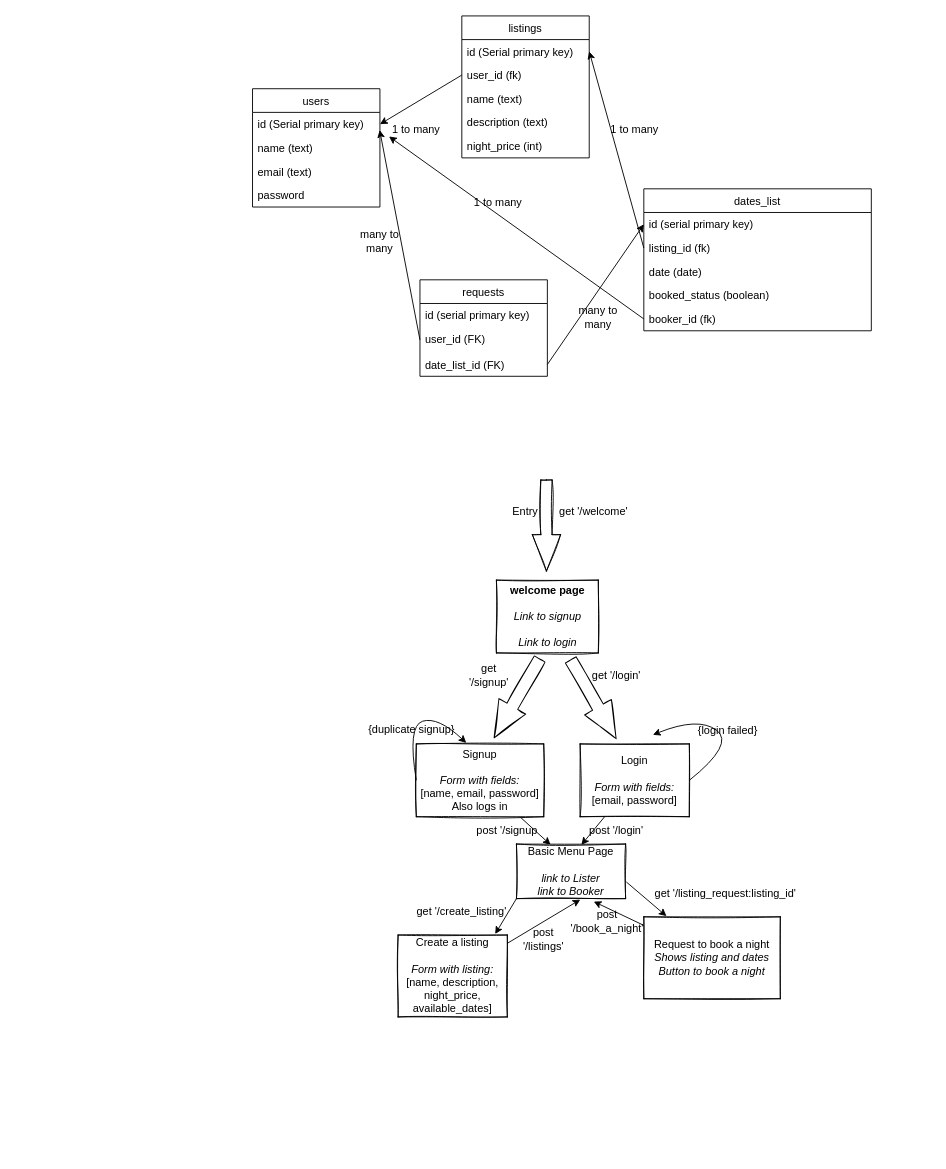
Above: Design.drawio in HOOLAHAN/arkle-bnb (draw.io), before the change. Source tidied: cells renumbered, new cells numbered last; positions are measured from the earlier drawing's top-left corner, leaving out a move shared by most shapes. Both pictures are drawn from the tidied source at 91%, with x=0, y=0 at pixel (252, 15).
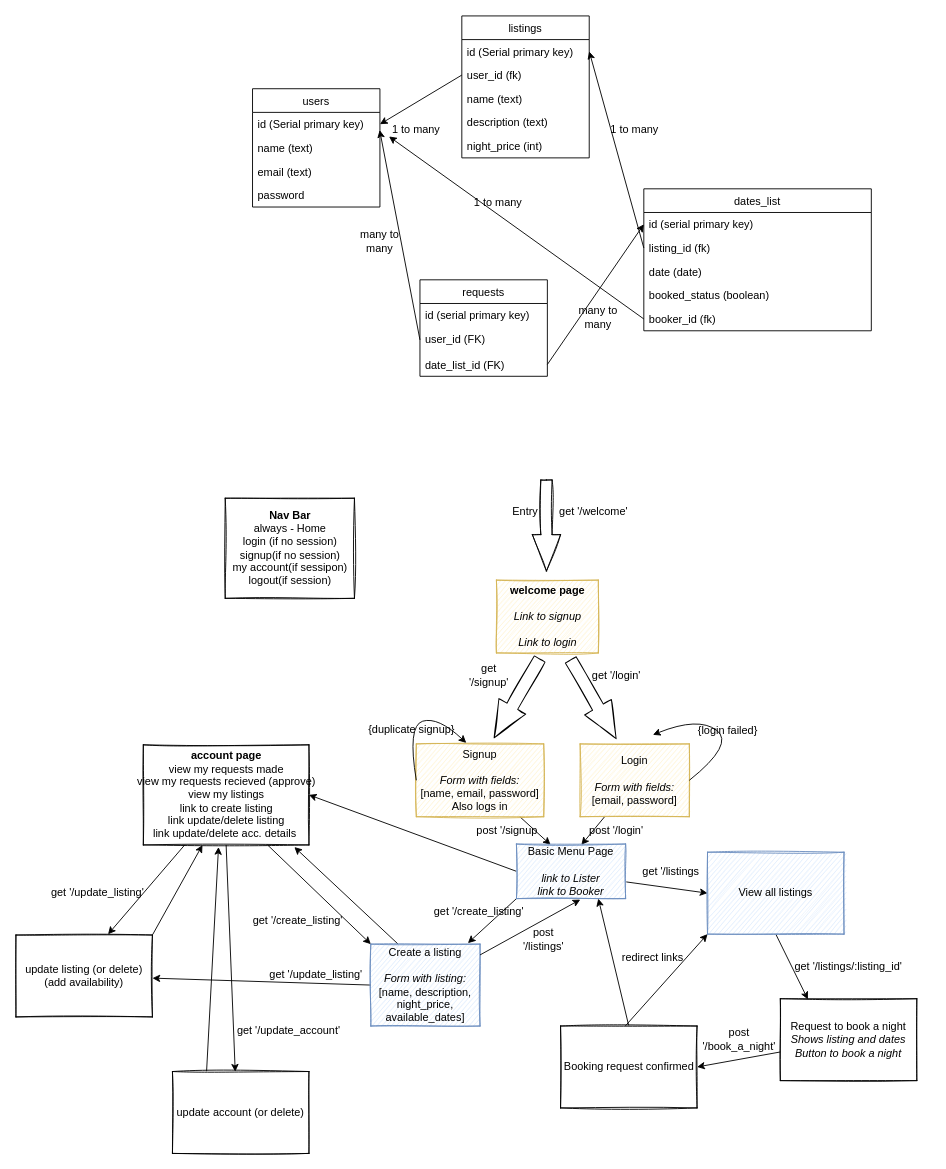
The same diagram, later.

The edit, as a diff of the source:
```diff
@@
-    <mxCell id="33" value="&lt;b&gt;welcome page&lt;/b&gt;&lt;br&gt;&lt;br&gt;&lt;i&gt;Link to signup&lt;br&gt;&lt;/i&gt;&lt;br&gt;&lt;i&gt;Link to login&lt;/i&gt;" style="html=1;sketch=1;" parent="1" vertex="1">
+    <mxCell id="33" value="&lt;b&gt;welcome page&lt;/b&gt;&lt;br&gt;&lt;br&gt;&lt;i&gt;Link to signup&lt;br&gt;&lt;/i&gt;&lt;br&gt;&lt;i&gt;Link to login&lt;/i&gt;" style="html=1;sketch=1;fillColor=#fff2cc;strokeColor=#d6b656;" parent="1" vertex="1">
       <mxGeometry x="268" y="620" width="112" height="80" as="geometry" />
     </mxCell>
@@
-    <mxCell id="42" value="Login&lt;br&gt;&lt;br&gt;&lt;i&gt;Form with fields:&lt;br&gt;&lt;/i&gt;[email, password]" style="rounded=0;whiteSpace=wrap;html=1;sketch=1;" parent="1" vertex="1">
+    <mxCell id="42" value="Login&lt;br&gt;&lt;br&gt;&lt;i&gt;Form with fields:&lt;br&gt;&lt;/i&gt;[email, password]" style="rounded=0;whiteSpace=wrap;html=1;sketch=1;fillColor=#fff2cc;strokeColor=#d6b656;" parent="1" vertex="1">
       <mxGeometry x="360" y="800" width="120" height="80" as="geometry" />
     </mxCell>
@@
-    <mxCell id="44" value="Signup&lt;br&gt;&lt;br&gt;&lt;i&gt;Form with fields:&lt;br&gt;&lt;/i&gt;[name, email, password]&lt;br&gt;Also logs in" style="rounded=0;whiteSpace=wrap;html=1;sketch=1;" parent="1" vertex="1">
+    <mxCell id="44" value="Signup&lt;br&gt;&lt;br&gt;&lt;i&gt;Form with fields:&lt;br&gt;&lt;/i&gt;[name, email, password]&lt;br&gt;Also logs in" style="rounded=0;whiteSpace=wrap;html=1;sketch=1;fillColor=#fff2cc;strokeColor=#d6b656;" parent="1" vertex="1">
       <mxGeometry x="180" y="800" width="140" height="80" as="geometry" />
     </mxCell>
@@
-    <mxCell id="49" style="edgeStyle=none;html=1;entryX=0.166;entryY=-0.008;entryDx=0;entryDy=0;entryPerimeter=0;exitX=1.006;exitY=0.694;exitDx=0;exitDy=0;exitPerimeter=0;" parent="1" edge="1" source="51" target="56">
+    <mxCell id="49" style="edgeStyle=none;html=1;entryX=0;entryY=0.5;entryDx=0;entryDy=0;exitX=1.006;exitY=0.694;exitDx=0;exitDy=0;exitPerimeter=0;" parent="1" edge="1" source="51" target="66">
       <mxGeometry relative="1" as="geometry" />
     </mxCell>
@@
+    <mxCell id="62" style="edgeStyle=none;html=1;exitX=0;exitY=0.5;exitDx=0;exitDy=0;entryX=1;entryY=0.5;entryDx=0;entryDy=0;" parent="1" edge="1" source="51" target="75">
+      <mxGeometry relative="1" as="geometry" />
+    </mxCell>
-    <mxCell id="51" value="Basic Menu Page&lt;br&gt;&lt;br&gt;&lt;i&gt;link to Lister&lt;br&gt;link to Booker&lt;/i&gt;" style="rounded=0;whiteSpace=wrap;html=1;sketch=1;" parent="1" vertex="1">
+    <mxCell id="51" value="Basic Menu Page&lt;br&gt;&lt;br&gt;&lt;i&gt;link to Lister&lt;br&gt;link to Booker&lt;/i&gt;" style="rounded=0;whiteSpace=wrap;html=1;sketch=1;fillColor=#dae8fc;strokeColor=#6c8ebf;" parent="1" vertex="1">
       <mxGeometry x="290" y="910" width="120" height="60" as="geometry" />
     </mxCell>
@@
+    <mxCell id="63" style="edgeStyle=none;html=1;exitX=0;exitY=0.5;exitDx=0;exitDy=0;" parent="1" edge="1" source="54" target="78">
+      <mxGeometry relative="1" as="geometry" />
+    </mxCell>
+    <mxCell id="64" style="edgeStyle=none;html=1;exitX=0.25;exitY=0;exitDx=0;exitDy=0;entryX=0.912;entryY=1.021;entryDx=0;entryDy=0;entryPerimeter=0;" parent="1" edge="1" source="54" target="75">
+      <mxGeometry relative="1" as="geometry" />
+    </mxCell>
-    <mxCell id="54" value="Create a listing&lt;br&gt;&lt;br&gt;&lt;i&gt;Form with listing:&lt;br&gt;&lt;/i&gt;[name, description, night_price, available_dates]" style="rounded=0;whiteSpace=wrap;html=1;sketch=1;" parent="1" vertex="1">
-      <mxGeometry x="160" y="1010" width="120" height="90" as="geometry" />
+    <mxCell id="54" value="Create a listing&lt;br&gt;&lt;br&gt;&lt;i&gt;Form with listing:&lt;br&gt;&lt;/i&gt;[name, description, night_price, available_dates]" style="rounded=0;whiteSpace=wrap;html=1;sketch=1;fillColor=#dae8fc;strokeColor=#6c8ebf;" parent="1" vertex="1">
+      <mxGeometry x="130" y="1020" width="120" height="90" as="geometry" />
     </mxCell>
-    <mxCell id="55" style="edgeStyle=none;html=1;entryX=0.708;entryY=1.054;entryDx=0;entryDy=0;entryPerimeter=0;" parent="1" edge="1" source="56" target="51">
+    <mxCell id="55" style="edgeStyle=none;html=1;entryX=1;entryY=0.5;entryDx=0;entryDy=0;" parent="1" edge="1" source="56" target="69">
       <mxGeometry relative="1" as="geometry" />
     </mxCell>
     <mxCell id="56" value="Request to book a night&lt;br&gt;&lt;i&gt;Shows listing and dates&lt;/i&gt;&lt;br&gt;&lt;i&gt;Button to book a night&lt;/i&gt;" style="rounded=0;whiteSpace=wrap;html=1;sketch=1;" parent="1" vertex="1">
-      <mxGeometry x="430" y="990" width="150" height="90" as="geometry" />
+      <mxGeometry x="580" y="1080" width="150" height="90" as="geometry" />
     </mxCell>
-    <mxCell id="57" value="get '/listing_request:listing_id'" style="text;html=1;strokeColor=none;fillColor=none;align=center;verticalAlign=middle;whiteSpace=wrap;rounded=0;sketch=1;" parent="1" vertex="1">
-      <mxGeometry x="429.6" y="950" width="180" height="30" as="geometry" />
+    <mxCell id="57" value="get '/listings/:listing_id'" style="text;html=1;strokeColor=none;fillColor=none;align=center;verticalAlign=middle;whiteSpace=wrap;rounded=0;sketch=1;" parent="1" vertex="1">
+      <mxGeometry x="565" y="1030" width="180" height="30" as="geometry" />
     </mxCell>
     <mxCell id="58" value="get '/create_listing'" style="text;html=1;strokeColor=none;fillColor=none;align=center;verticalAlign=middle;whiteSpace=wrap;rounded=0;sketch=1;" parent="1" vertex="1">
-      <mxGeometry x="139.6" y="970" width="180" height="30" as="geometry" />
+      <mxGeometry x="158.5" y="970" width="180" height="30" as="geometry" />
     </mxCell>
@@
     <mxCell id="61" value="post '/book_a_night'" style="text;html=1;strokeColor=none;fillColor=none;align=center;verticalAlign=middle;whiteSpace=wrap;rounded=0;sketch=1;" parent="1" vertex="1">
-      <mxGeometry x="360" y="980" width="60" height="30" as="geometry" />
+      <mxGeometry x="505" y="1110" width="60" height="30" as="geometry" />
     </mxCell>
+    <mxCell id="65" style="edgeStyle=none;html=1;exitX=0.5;exitY=1;exitDx=0;exitDy=0;entryX=0.202;entryY=0.008;entryDx=0;entryDy=0;entryPerimeter=0;" parent="1" edge="1" source="66" target="56">
+      <mxGeometry relative="1" as="geometry" />
+    </mxCell>
+    <mxCell id="66" value="View all listings" style="rounded=0;whiteSpace=wrap;html=1;sketch=1;fillColor=#dae8fc;strokeColor=#6c8ebf;" parent="1" vertex="1">
+      <mxGeometry x="500" y="919" width="150" height="90" as="geometry" />
+    </mxCell>
+    <mxCell id="67" value="get '/listings" style="text;html=1;strokeColor=none;fillColor=none;align=center;verticalAlign=middle;whiteSpace=wrap;rounded=0;sketch=1;" parent="1" vertex="1">
+      <mxGeometry x="370" y="925" width="180" height="30" as="geometry" />
+    </mxCell>
+    <mxCell id="68" style="edgeStyle=none;html=1;exitX=0.5;exitY=0;exitDx=0;exitDy=0;entryX=0.75;entryY=1;entryDx=0;entryDy=0;" parent="1" edge="1" source="69" target="51">
+      <mxGeometry relative="1" as="geometry" />
+    </mxCell>
+    <mxCell id="69" value="Booking request confirmed" style="rounded=0;whiteSpace=wrap;html=1;sketch=1;" parent="1" vertex="1">
+      <mxGeometry x="338.5" y="1110" width="150" height="90" as="geometry" />
+    </mxCell>
+    <mxCell id="70" value="redirect links" style="text;html=1;strokeColor=none;fillColor=none;align=center;verticalAlign=middle;whiteSpace=wrap;rounded=0;sketch=1;" parent="1" vertex="1">
+      <mxGeometry x="350" y="1020" width="180" height="30" as="geometry" />
+    </mxCell>
+    <mxCell id="71" style="edgeStyle=none;html=1;entryX=0;entryY=1;entryDx=0;entryDy=0;exitX=0.475;exitY=-0.002;exitDx=0;exitDy=0;exitPerimeter=0;" parent="1" edge="1" source="69" target="66">
+      <mxGeometry relative="1" as="geometry" />
+    </mxCell>
+    <mxCell id="72" style="edgeStyle=none;html=1;exitX=0.5;exitY=1;exitDx=0;exitDy=0;entryX=0.46;entryY=0.002;entryDx=0;entryDy=0;entryPerimeter=0;" parent="1" edge="1" source="75" target="80">
+      <mxGeometry relative="1" as="geometry" />
+    </mxCell>
+    <mxCell id="73" style="edgeStyle=none;html=1;exitX=0.25;exitY=1;exitDx=0;exitDy=0;entryX=0.675;entryY=-0.009;entryDx=0;entryDy=0;entryPerimeter=0;" parent="1" edge="1" source="75" target="78">
+      <mxGeometry relative="1" as="geometry" />
+    </mxCell>
+    <mxCell id="74" style="edgeStyle=none;html=1;exitX=0.75;exitY=1;exitDx=0;exitDy=0;entryX=0;entryY=0;entryDx=0;entryDy=0;" parent="1" edge="1" source="75" target="54">
+      <mxGeometry relative="1" as="geometry" />
+    </mxCell>
+    <mxCell id="75" value="&lt;b&gt;account page&lt;/b&gt;&lt;br&gt;view my requests made&lt;br&gt;view my requests recieved (approve)&lt;br&gt;view my listings&lt;br&gt;link to create listing&lt;br&gt;link update/delete listing&lt;br&gt;link update/delete acc. details&amp;nbsp;" style="html=1;sketch=1;" parent="1" vertex="1">
+      <mxGeometry x="-120" y="801" width="182" height="110" as="geometry" />
+    </mxCell>
+    <mxCell id="76" value="&lt;b&gt;Nav Bar&lt;br&gt;&lt;/b&gt;always - Home&lt;br&gt;login (if no session)&lt;br&gt;signup(if no session)&lt;br&gt;my account(if sessipon)&lt;br&gt;logout(if session)" style="html=1;sketch=1;" parent="1" vertex="1">
+      <mxGeometry x="-30" y="530" width="142" height="110" as="geometry" />
+    </mxCell>
+    <mxCell id="77" style="edgeStyle=none;html=1;exitX=1;exitY=0;exitDx=0;exitDy=0;entryX=0.357;entryY=1.001;entryDx=0;entryDy=0;entryPerimeter=0;" parent="1" edge="1" source="78" target="75">
+      <mxGeometry relative="1" as="geometry" />
+    </mxCell>
+    <mxCell id="78" value="update listing (or delete)&lt;br&gt;(add availability)" style="rounded=0;whiteSpace=wrap;html=1;sketch=1;" parent="1" vertex="1">
+      <mxGeometry x="-260" y="1010" width="150" height="90" as="geometry" />
+    </mxCell>
+    <mxCell id="79" style="edgeStyle=none;html=1;exitX=0.25;exitY=0;exitDx=0;exitDy=0;entryX=0.454;entryY=1.021;entryDx=0;entryDy=0;entryPerimeter=0;" parent="1" edge="1" source="80" target="75">
+      <mxGeometry relative="1" as="geometry" />
+    </mxCell>
+    <mxCell id="80" value="update account (or delete)" style="rounded=0;whiteSpace=wrap;html=1;sketch=1;" parent="1" vertex="1">
+      <mxGeometry x="-88" y="1160" width="150" height="90" as="geometry" />
+    </mxCell>
+    <mxCell id="81" value="get '/update_listing'" style="text;html=1;strokeColor=none;fillColor=none;align=center;verticalAlign=middle;whiteSpace=wrap;rounded=0;sketch=1;" parent="1" vertex="1">
+      <mxGeometry x="-20" y="1039" width="180" height="30" as="geometry" />
+    </mxCell>
+    <mxCell id="82" value="get '/update_listing'" style="text;html=1;strokeColor=none;fillColor=none;align=center;verticalAlign=middle;whiteSpace=wrap;rounded=0;sketch=1;" parent="1" vertex="1">
+      <mxGeometry x="-260" y="949" width="180" height="30" as="geometry" />
+    </mxCell>
+    <mxCell id="83" value="get '/update_account'" style="text;html=1;strokeColor=none;fillColor=none;align=center;verticalAlign=middle;whiteSpace=wrap;rounded=0;sketch=1;" parent="1" vertex="1">
+      <mxGeometry x="-50" y="1100" width="180" height="30" as="geometry" />
+    </mxCell>
+    <mxCell id="84" value="get '/create_listing'" style="text;html=1;strokeColor=none;fillColor=none;align=center;verticalAlign=middle;whiteSpace=wrap;rounded=0;sketch=1;" parent="1" vertex="1">
+      <mxGeometry x="-40" y="979" width="180" height="30" as="geometry" />
+    </mxCell>
```
